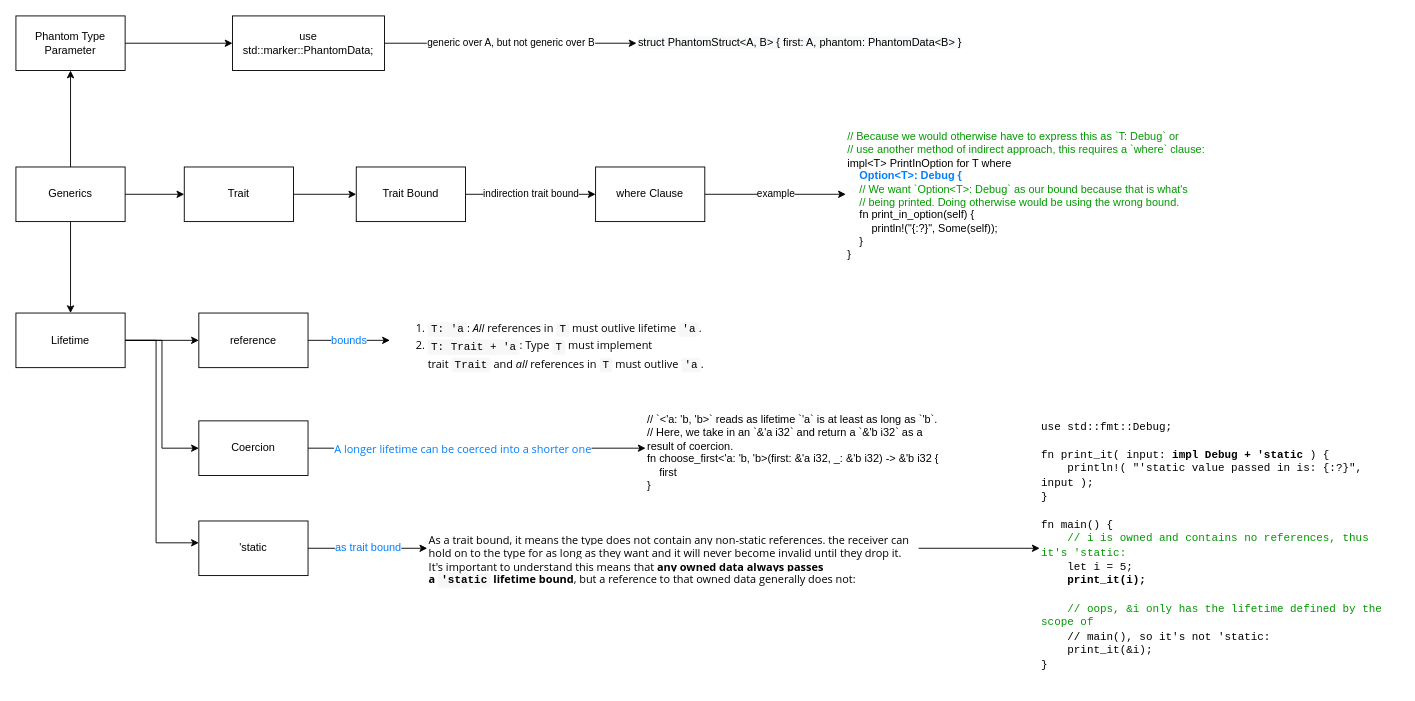
Earlier version of the draw.io diagram page "generics" (9 of 9) of datatypes.drawio (gftea/rust_lang_notes). Source tidied: cells renumbered, new cells numbered last; positions are measured from the earlier drawing's top-left corner, leaving out a move shared by most shapes. Both pictures are drawn from the tidied source at 91%, with x=0, y=0 at pixel (15, 15).
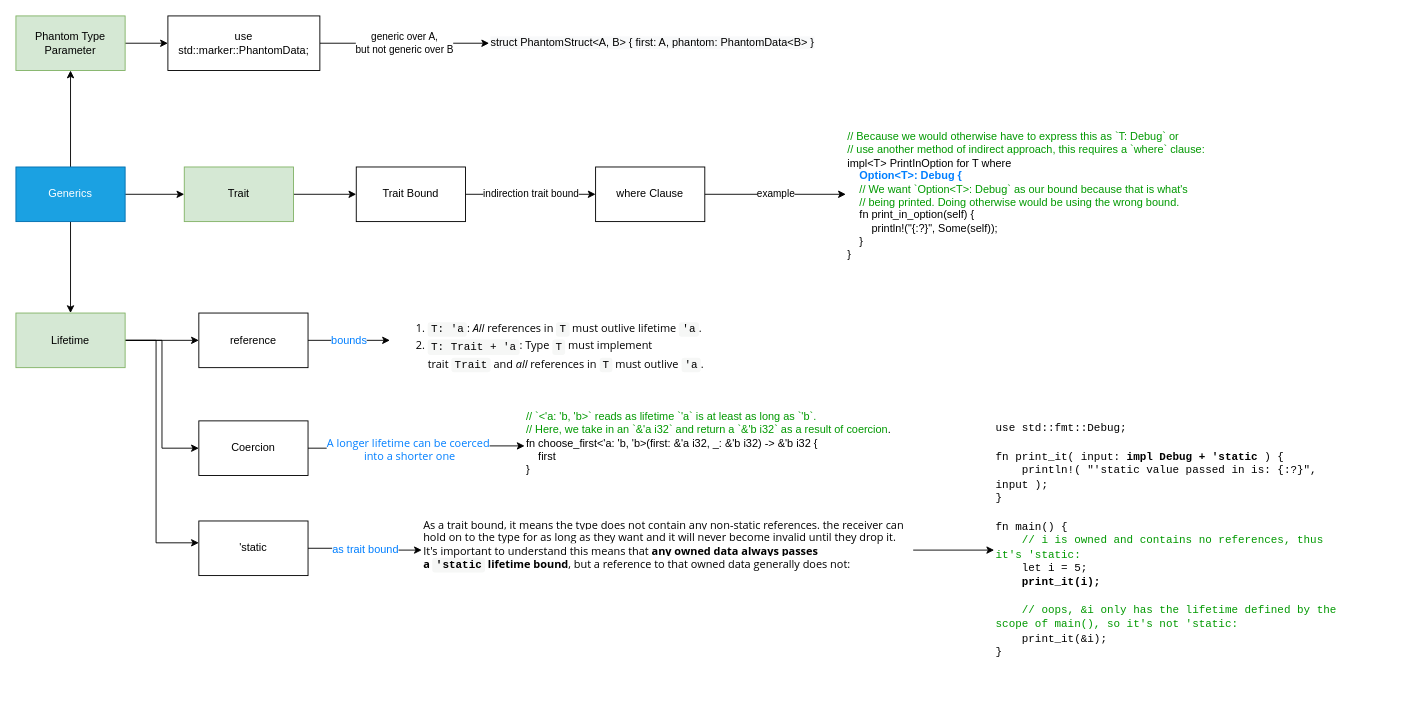
The same diagram, later.

The change refers to these unchanged cells:
```xml
<mxCell id="28" style="edgeStyle=orthogonalEdgeStyle;rounded=0;sketch=0;jettySize=auto;html=1;fontSize=12;fontColor=#FF0000;" parent="1" edge="1" source="30" target="25">
  <mxGeometry relative="1" as="geometry" />
</mxCell>
```

Diff of the diagram source:
```diff
@@
-    <mxCell id="5" value="Generics" style="rounded=0;whiteSpace=wrap;html=1;fontColor=#000000;" parent="1" vertex="1">
+    <mxCell id="5" value="Generics" style="rounded=0;whiteSpace=wrap;html=1;fillColor=#1ba1e2;strokeColor=#006EAF;fontColor=#ffffff;" parent="1" vertex="1">
       <mxGeometry y="166" width="120" height="60" as="geometry" />
     </mxCell>
@@
-    <mxCell id="7" value="Trait" style="whiteSpace=wrap;html=1;fontColor=#000000;rounded=0;" parent="1" vertex="1">
+    <mxCell id="7" value="Trait" style="whiteSpace=wrap;html=1;rounded=0;fillColor=#d5e8d4;strokeColor=#82b366;" parent="1" vertex="1">
       <mxGeometry x="185" y="166" width="120" height="60" as="geometry" />
     </mxCell>
@@
-    <mxCell id="9" value="Phantom Type Parameter" style="rounded=0;whiteSpace=wrap;html=1;fontColor=#000000;" parent="1" vertex="1">
+    <mxCell id="9" value="Phantom Type Parameter" style="rounded=0;whiteSpace=wrap;html=1;fillColor=#d5e8d4;strokeColor=#82b366;" parent="1" vertex="1">
       <mxGeometry width="120" height="60" as="geometry" />
     </mxCell>
@@
-    <mxCell id="13" value="Lifetime" style="rounded=0;whiteSpace=wrap;html=1;fontColor=#000000;" parent="1" vertex="1">
+    <mxCell id="13" value="Lifetime" style="rounded=0;whiteSpace=wrap;html=1;fillColor=#d5e8d4;strokeColor=#82b366;" parent="1" vertex="1">
       <mxGeometry y="326.5" width="120" height="60" as="geometry" />
     </mxCell>
@@
-    <mxCell id="16" value="generic over A, but not generic over B" style="edgeStyle=orthogonalEdgeStyle;rounded=0;sketch=0;jettySize=auto;html=1;fontColor=#000000;entryX=0;entryY=0.5;entryDx=0;entryDy=0;" parent="1" edge="1" source="17" target="24">
+    <mxCell id="16" value="generic over A, &lt;br&gt;but not generic over B" style="edgeStyle=orthogonalEdgeStyle;rounded=0;sketch=0;jettySize=auto;html=1;fontColor=#000000;entryX=0;entryY=0.5;entryDx=0;entryDy=0;" parent="1" edge="1" source="17" target="24">
       <mxGeometry relative="1" as="geometry" />
     </mxCell>
     <mxCell id="17" value="&lt;div&gt;use std::marker::PhantomData;&lt;/div&gt;" style="rounded=0;whiteSpace=wrap;html=1;fontColor=#000000;" parent="1" vertex="1">
-      <mxGeometry x="238" width="167" height="60" as="geometry" />
+      <mxGeometry x="167" width="167" height="60" as="geometry" />
     </mxCell>
@@
     <mxCell id="24" value="&lt;span style=&quot;color: rgb(0, 0, 0); font-family: Helvetica; font-size: 12px; font-style: normal; font-variant-ligatures: normal; font-variant-caps: normal; font-weight: 400; letter-spacing: normal; orphans: 2; text-align: center; text-indent: 0px; text-transform: none; widows: 2; word-spacing: 0px; -webkit-text-stroke-width: 0px; background-color: rgb(248, 249, 250); text-decoration-thickness: initial; text-decoration-style: initial; text-decoration-color: initial; float: none; display: inline !important;&quot;&gt;struct PhantomStruct&amp;lt;A, B&amp;gt; { first: A, phantom: PhantomData&amp;lt;B&amp;gt; }&lt;/span&gt;" style="text;whiteSpace=wrap;html=1;fontSize=12;fontColor=#009900;" parent="1" vertex="1">
-      <mxGeometry x="682" y="16" width="376" height="28" as="geometry" />
+      <mxGeometry x="520" y="16" width="376" height="28" as="geometry" />
     </mxCell>
-    <mxCell id="25" value="&lt;div&gt;&lt;font color=&quot;#000000&quot;&gt;// `&amp;lt;'a: 'b, 'b&amp;gt;` reads as lifetime `'a` is at least as long as `'b`.&lt;/font&gt;&lt;/div&gt;&lt;div&gt;&lt;font color=&quot;#000000&quot;&gt;// Here, we take in an `&amp;amp;'a i32` and return a `&amp;amp;'b i32` as a result of coercion.&lt;/font&gt;&lt;/div&gt;&lt;div&gt;&lt;font color=&quot;#000000&quot;&gt;fn choose_first&amp;lt;'a: 'b, 'b&amp;gt;(first: &amp;amp;'a i32, _: &amp;amp;'b i32) -&amp;gt; &amp;amp;'b i32 {&lt;/font&gt;&lt;/div&gt;&lt;div&gt;&lt;font color=&quot;#000000&quot;&gt;&amp;nbsp; &amp;nbsp; first&lt;/font&gt;&lt;/div&gt;&lt;div&gt;&lt;font color=&quot;#000000&quot;&gt;}&lt;/font&gt;&lt;/div&gt;" style="text;whiteSpace=wrap;html=1;fontSize=12;fontColor=#009900;" parent="1" vertex="1">
-      <mxGeometry x="692" y="429.5" width="329" height="91" as="geometry" />
+    <mxCell id="25" value="&lt;div&gt;// `&amp;lt;'a: 'b, 'b&amp;gt;` reads as lifetime `'a` is at least as long as `'b`.&lt;/div&gt;&lt;div&gt;// Here, we take in an `&amp;amp;'a i32` and return a `&amp;amp;'b i32` as a result of coercion&lt;font color=&quot;#000000&quot;&gt;.&lt;/font&gt;&lt;/div&gt;&lt;div&gt;&lt;font color=&quot;#000000&quot;&gt;fn choose_first&amp;lt;'a: 'b, 'b&amp;gt;(first: &amp;amp;'a i32, _: &amp;amp;'b i32) -&amp;gt; &amp;amp;'b i32 {&lt;/font&gt;&lt;/div&gt;&lt;div&gt;&lt;font color=&quot;#000000&quot;&gt;&amp;nbsp; &amp;nbsp; first&lt;/font&gt;&lt;/div&gt;&lt;div&gt;&lt;font color=&quot;#000000&quot;&gt;}&lt;/font&gt;&lt;/div&gt;" style="text;whiteSpace=wrap;html=1;fontSize=12;fontColor=#009900;" parent="1" vertex="1">
+      <mxGeometry x="559" y="427" width="415" height="91" as="geometry" />
     </mxCell>
@@
     <mxCell id="27" value="&lt;font style=&quot;&quot;&gt;&lt;span style=&quot;font-family: &amp;quot;Open Sans&amp;quot;, sans-serif; font-style: normal; font-variant-ligatures: normal; font-variant-caps: normal; font-weight: 400; letter-spacing: normal; orphans: 2; text-align: start; text-indent: 0px; text-transform: none; widows: 2; word-spacing: 0px; -webkit-text-stroke-width: 0px; background-color: rgb(255, 255, 255); text-decoration-thickness: initial; text-decoration-style: initial; text-decoration-color: initial; float: none; display: inline !important;&quot;&gt;As a trait bound, it means the type does not contain any non-static references.&amp;nbsp;&lt;font style=&quot;font-size: 12px;&quot;&gt;the receiver can hold on to the type for as long as they want and it will never become invalid until they drop it.&lt;/font&gt;&lt;br&gt;&lt;/span&gt;&lt;span style=&quot;font-size: 12px; font-family: &amp;quot;Open Sans&amp;quot;, sans-serif; background-color: rgb(255, 255, 255);&quot;&gt;It's important to understand this means that &lt;b&gt;any owned data always passes a&amp;nbsp;&lt;/b&gt;&lt;/span&gt;&lt;code style=&quot;font-size: 12px; display: inline; overflow-x: initial; background: rgb(246, 247, 246); padding: 0.1em 0.3em; border-radius: 3px; font-family: &amp;quot;Source Code Pro&amp;quot;, Consolas, &amp;quot;Ubuntu Mono&amp;quot;, Menlo, &amp;quot;DejaVu Sans Mono&amp;quot;, monospace, monospace !important;&quot; class=&quot;hljs&quot;&gt;&lt;b&gt;'static&lt;/b&gt;&lt;/code&gt;&lt;span style=&quot;font-size: 12px; font-family: &amp;quot;Open Sans&amp;quot;, sans-serif; background-color: rgb(255, 255, 255);&quot;&gt;&lt;b&gt;&amp;nbsp;lifetime bound&lt;/b&gt;, but a reference to that owned data generally does not:&lt;/span&gt;&lt;/font&gt;" style="text;whiteSpace=wrap;html=1;fontSize=12;fontColor=#000000;" parent="1" vertex="1">
-      <mxGeometry x="452" y="563" width="540" height="44" as="geometry" />
+      <mxGeometry x="446" y="546" width="540" height="82" as="geometry" />
     </mxCell>
@@
-    <mxCell id="29" value="&lt;span style=&quot;font-family: &amp;quot;Open Sans&amp;quot;, sans-serif; text-align: start;&quot;&gt;&lt;font color=&quot;#007fff&quot; style=&quot;font-size: 12px;&quot;&gt;A longer lifetime can be coerced into a shorter one&lt;/font&gt;&lt;/span&gt;" style="edgeLabel;html=1;align=center;verticalAlign=middle;fontSize=12;fontColor=#FF0000;" parent="28" vertex="1">
+    <mxCell id="29" value="&lt;span style=&quot;font-family: &amp;quot;Open Sans&amp;quot;, sans-serif; text-align: start;&quot;&gt;&lt;font color=&quot;#007fff&quot; style=&quot;font-size: 12px;&quot;&gt;A longer lifetime can be coerced&lt;br&gt;&amp;nbsp;into a shorter one&lt;/font&gt;&lt;/span&gt;" style="edgeLabel;html=1;align=center;verticalAlign=middle;fontSize=12;fontColor=#FF0000;" parent="28" vertex="1">
       <mxGeometry x="-0.09" y="-1" relative="1" as="geometry" />
     </mxCell>
@@
-    <mxCell id="33" value="&lt;font face=&quot;Courier New&quot;&gt;&lt;font color=&quot;#000000&quot;&gt;use std::fmt::Debug;&lt;/font&gt;&lt;br&gt;&lt;br&gt;&lt;font color=&quot;#000000&quot;&gt;fn print_it( input: &lt;b&gt;impl Debug + 'static&lt;/b&gt; ) {&lt;/font&gt;&lt;br&gt;&lt;font color=&quot;#000000&quot;&gt;&amp;nbsp; &amp;nbsp; println!( &quot;'static value passed in is: {:?}&quot;, input );&lt;/font&gt;&lt;br&gt;&lt;font color=&quot;#000000&quot;&gt;}&lt;/font&gt;&lt;br&gt;&lt;br&gt;&lt;font color=&quot;#000000&quot;&gt;fn main() {&lt;/font&gt;&lt;br&gt;&lt;font color=&quot;#009900&quot;&gt;&amp;nbsp; &amp;nbsp; // i is owned and contains no references, thus it's 'static:&lt;br&gt;&lt;/font&gt;&lt;font color=&quot;#000000&quot;&gt;&amp;nbsp; &amp;nbsp; let i = 5;&lt;/font&gt;&lt;br&gt;&lt;b&gt;&lt;font color=&quot;#000000&quot;&gt;&amp;nbsp; &amp;nbsp; print_it(i);&lt;/font&gt;&lt;br&gt;&lt;/b&gt;&lt;br&gt;&lt;font color=&quot;#009900&quot;&gt;&amp;nbsp; &amp;nbsp; // oops, &amp;amp;i only has the lifetime defined by the scope of&lt;br&gt;&lt;/font&gt;&lt;font color=&quot;#000000&quot;&gt;&amp;nbsp; &amp;nbsp; // main(), so it's not 'static:&lt;/font&gt;&lt;br&gt;&lt;font color=&quot;#000000&quot;&gt;&amp;nbsp; &amp;nbsp; print_it(&amp;amp;i);&lt;/font&gt;&lt;br&gt;&lt;font color=&quot;#000000&quot;&gt;}&lt;/font&gt;&lt;/font&gt;" style="text;whiteSpace=wrap;html=1;fontSize=12;fontColor=#007FFF;" parent="1" vertex="1">
-      <mxGeometry x="1125" y="437" width="395" height="296" as="geometry" />
+    <mxCell id="33" value="&lt;font face=&quot;Courier New&quot;&gt;&lt;font color=&quot;#000000&quot;&gt;use std::fmt::Debug;&lt;/font&gt;&lt;br&gt;&lt;br&gt;&lt;font color=&quot;#000000&quot;&gt;fn print_it( input: &lt;b&gt;impl Debug + 'static&lt;/b&gt; ) {&lt;/font&gt;&lt;br&gt;&lt;font color=&quot;#000000&quot;&gt;&amp;nbsp; &amp;nbsp; println!( &quot;'static value passed in is: {:?}&quot;, input );&lt;/font&gt;&lt;br&gt;&lt;font color=&quot;#000000&quot;&gt;}&lt;/font&gt;&lt;br&gt;&lt;br&gt;&lt;font color=&quot;#000000&quot;&gt;fn main() {&lt;/font&gt;&lt;br&gt;&lt;font color=&quot;#009900&quot;&gt;&amp;nbsp; &amp;nbsp; // i is owned and contains no references, thus it's 'static:&lt;br&gt;&lt;/font&gt;&lt;font color=&quot;#000000&quot;&gt;&amp;nbsp; &amp;nbsp; let i = 5;&lt;/font&gt;&lt;br&gt;&lt;b&gt;&lt;font color=&quot;#000000&quot;&gt;&amp;nbsp; &amp;nbsp; print_it(i);&lt;/font&gt;&lt;br&gt;&lt;/b&gt;&lt;br&gt;&lt;font color=&quot;#009900&quot;&gt;&amp;nbsp; &amp;nbsp; // oops, &amp;amp;i only has the lifetime defined by the scope of&amp;nbsp;main(), so it's not 'static:&lt;br&gt;&lt;/font&gt;&lt;font color=&quot;#000000&quot;&gt;&amp;nbsp; &amp;nbsp; print_it(&amp;amp;i);&lt;/font&gt;&lt;br&gt;&lt;font color=&quot;#000000&quot;&gt;}&lt;/font&gt;&lt;/font&gt;" style="text;whiteSpace=wrap;html=1;fontSize=12;fontColor=#007FFF;" parent="1" vertex="1">
+      <mxGeometry x="1075" y="439" width="395" height="296" as="geometry" />
     </mxCell>
```
